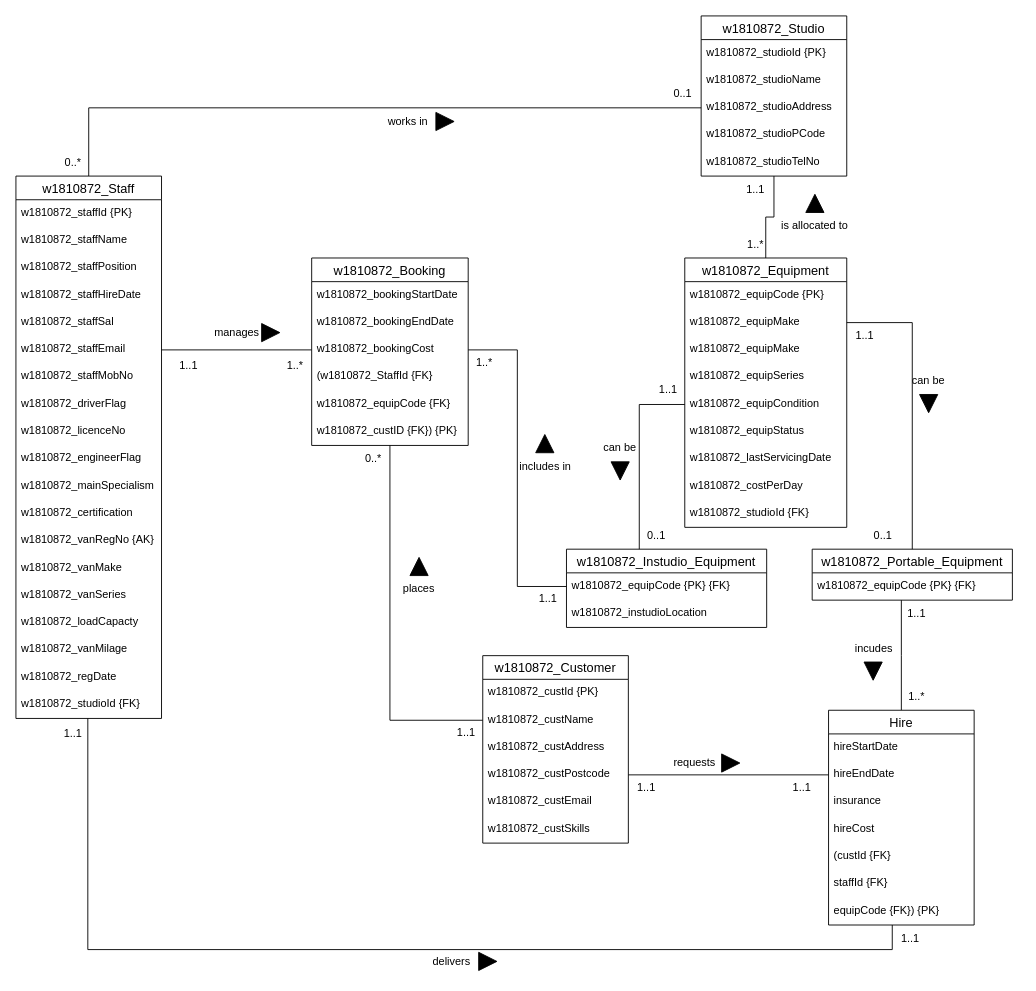
The draw.io diagram Part B/Part_B.drawio in ChitharaKarunasekera/DatabaseSystemsCoursework, before the edit. Source tidied: cells renumbered, new cells numbered last; positions are measured from the earlier drawing's top-left corner, leaving out a move shared by most shapes. Both pictures are drawn from the tidied source at 91%, with x=0, y=0 at pixel (15, 15).
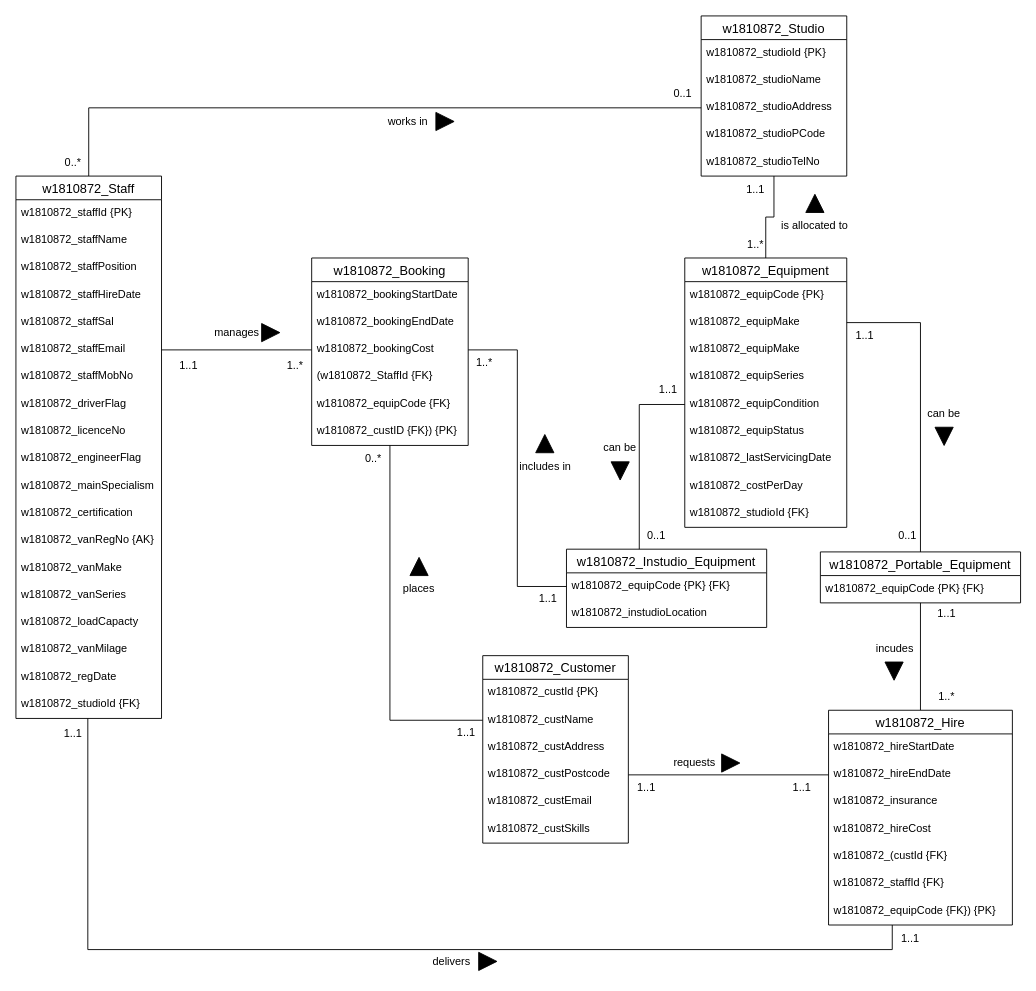
After the change.

Commit message:
Hire StdID

What changed in the source:
```diff
@@
+    <mxCell id="115" style="edgeStyle=orthogonalEdgeStyle;rounded=0;jettySize=auto;html=1;endArrow=none;endFill=0;" parent="1" edge="1" source="37" target="78">
+      <mxGeometry relative="1" as="geometry" />
+    </mxCell>
     <mxCell id="37" value="w1810872_Portable_Equipment" style="swimlane;fontStyle=0;horizontal=1;startSize=26;align=center;fontSize=14;fontColor=#000000;" parent="1" vertex="1">
-      <mxGeometry x="875" y="586" width="220" height="56" as="geometry" />
+      <mxGeometry x="884" y="589" width="220" height="56" as="geometry" />
     </mxCell>
@@
     <mxCell id="46" value="0..1" style="text;html=1;strokeColor=none;fillColor=none;align=center;verticalAlign=middle;whiteSpace=wrap;rounded=0;fontColor=#000000;" parent="1" vertex="1">
-      <mxGeometry x="923" y="556" width="60" height="30" as="geometry" />
+      <mxGeometry x="950" y="556" width="60" height="30" as="geometry" />
     </mxCell>
     <mxCell id="47" value="can be" style="text;html=1;strokeColor=none;fillColor=none;align=center;verticalAlign=middle;whiteSpace=wrap;rounded=0;fontColor=#000000;" parent="1" vertex="1">
-      <mxGeometry x="973" y="386" width="60" height="30" as="geometry" />
+      <mxGeometry x="990" y="422" width="60" height="30" as="geometry" />
     </mxCell>
     <mxCell id="48" style="triangle;whiteSpace=wrap;html=1;fontColor=#000000;direction=south;fillColor=#000000;" parent="1" vertex="1">
-      <mxGeometry x="993" y="416" width="20" height="20" as="geometry" />
+      <mxGeometry x="1010" y="452" width="20" height="20" as="geometry" />
     </mxCell>
@@
-    <mxCell id="76" style="edgeStyle=orthogonalEdgeStyle;rounded=0;jettySize=auto;html=1;endArrow=none;endFill=0;" parent="1" edge="1" source="78">
-      <mxGeometry relative="1" as="geometry">
-        <mxPoint x="973" y="642" as="targetPoint" />
-      </mxGeometry>
-    </mxCell>
@@
-    <mxCell id="78" value="Hire" style="swimlane;fontStyle=0;horizontal=1;startSize=26;align=center;fontSize=14;fontColor=#000000;" parent="1" vertex="1">
-      <mxGeometry x="893" y="763" width="160" height="236" as="geometry" />
+    <mxCell id="78" value="w1810872_Hire" style="swimlane;fontStyle=0;horizontal=1;startSize=26;align=center;fontSize=14;fontColor=#000000;" parent="1" vertex="1">
+      <mxGeometry x="893" y="763" width="202" height="236" as="geometry" />
     </mxCell>
-    <mxCell id="79" value="hireStartDate" style="text;strokeColor=none;fillColor=none;spacingLeft=4;spacingRight=4;overflow=hidden;fontSize=12;fontColor=#000000;" parent="78" vertex="1">
-      <mxGeometry y="26" width="160" height="30" as="geometry" />
+    <mxCell id="79" value="w1810872_hireStartDate" style="text;strokeColor=none;fillColor=none;spacingLeft=4;spacingRight=4;overflow=hidden;fontSize=12;fontColor=#000000;" parent="78" vertex="1">
+      <mxGeometry y="26" width="202" height="30" as="geometry" />
     </mxCell>
-    <mxCell id="80" value="hireEndDate" style="text;strokeColor=none;fillColor=none;spacingLeft=4;spacingRight=4;overflow=hidden;points=[[0,0.5],[1,0.5]];portConstraint=eastwest;fontSize=12;fontColor=#000000;" parent="78" vertex="1">
-      <mxGeometry y="56" width="160" height="30" as="geometry" />
+    <mxCell id="80" value="w1810872_hireEndDate" style="text;strokeColor=none;fillColor=none;spacingLeft=4;spacingRight=4;overflow=hidden;points=[[0,0.5],[1,0.5]];portConstraint=eastwest;fontSize=12;fontColor=#000000;" parent="78" vertex="1">
+      <mxGeometry y="56" width="202" height="30" as="geometry" />
     </mxCell>
-    <mxCell id="81" value="insurance" style="text;strokeColor=none;fillColor=none;spacingLeft=4;spacingRight=4;overflow=hidden;fontSize=12;fontColor=#000000;" parent="78" vertex="1">
-      <mxGeometry y="86" width="160" height="30" as="geometry" />
+    <mxCell id="81" value="w1810872_insurance" style="text;strokeColor=none;fillColor=none;spacingLeft=4;spacingRight=4;overflow=hidden;fontSize=12;fontColor=#000000;" parent="78" vertex="1">
+      <mxGeometry y="86" width="202" height="30" as="geometry" />
     </mxCell>
-    <mxCell id="82" value="hireCost" style="text;strokeColor=none;fillColor=none;spacingLeft=4;spacingRight=4;overflow=hidden;fontSize=12;fontColor=#000000;" parent="78" vertex="1">
-      <mxGeometry y="116" width="160" height="30" as="geometry" />
+    <mxCell id="82" value="w1810872_hireCost" style="text;strokeColor=none;fillColor=none;spacingLeft=4;spacingRight=4;overflow=hidden;fontSize=12;fontColor=#000000;" parent="78" vertex="1">
+      <mxGeometry y="116" width="202" height="30" as="geometry" />
     </mxCell>
-    <mxCell id="83" value="(custId {FK}" style="text;strokeColor=none;fillColor=none;spacingLeft=4;spacingRight=4;overflow=hidden;fontSize=12;fontColor=#000000;" parent="78" vertex="1">
-      <mxGeometry y="146" width="160" height="30" as="geometry" />
+    <mxCell id="83" value="w1810872_(custId {FK}" style="text;strokeColor=none;fillColor=none;spacingLeft=4;spacingRight=4;overflow=hidden;fontSize=12;fontColor=#000000;" parent="78" vertex="1">
+      <mxGeometry y="146" width="202" height="30" as="geometry" />
     </mxCell>
-    <mxCell id="84" value="staffId {FK}" style="text;strokeColor=none;fillColor=none;spacingLeft=4;spacingRight=4;overflow=hidden;fontSize=12;" parent="78" vertex="1">
-      <mxGeometry y="176" width="160" height="30" as="geometry" />
+    <mxCell id="84" value="w1810872_staffId {FK}" style="text;strokeColor=none;fillColor=none;spacingLeft=4;spacingRight=4;overflow=hidden;fontSize=12;" parent="78" vertex="1">
+      <mxGeometry y="176" width="202" height="30" as="geometry" />
     </mxCell>
-    <mxCell id="85" value="equipCode {FK}) {PK}" style="text;strokeColor=none;fillColor=none;spacingLeft=4;spacingRight=4;overflow=hidden;fontSize=12;fontColor=#000000;" parent="78" vertex="1">
-      <mxGeometry y="206" width="160" height="30" as="geometry" />
+    <mxCell id="85" value="w1810872_equipCode {FK}) {PK}" style="text;strokeColor=none;fillColor=none;spacingLeft=4;spacingRight=4;overflow=hidden;fontSize=12;fontColor=#000000;" parent="78" vertex="1">
+      <mxGeometry y="206" width="202" height="30" as="geometry" />
     </mxCell>
@@
     <mxCell id="88" value="1..*" style="text;html=1;strokeColor=none;fillColor=none;align=center;verticalAlign=middle;whiteSpace=wrap;rounded=0;" parent="1" vertex="1">
-      <mxGeometry x="960" y="733" width="60" height="30" as="geometry" />
+      <mxGeometry x="993" y="733" width="60" height="30" as="geometry" />
     </mxCell>
@@
     <mxCell id="92" value="1..1" style="text;html=1;strokeColor=none;fillColor=none;align=center;verticalAlign=middle;whiteSpace=wrap;rounded=0;fontColor=#000000;" parent="1" vertex="1">
-      <mxGeometry x="960" y="642" width="60" height="30" as="geometry" />
+      <mxGeometry x="993" y="642" width="60" height="30" as="geometry" />
     </mxCell>
@@
     <mxCell id="97" value="incudes" style="text;html=1;strokeColor=none;fillColor=none;align=center;verticalAlign=middle;whiteSpace=wrap;rounded=0;fontColor=#000000;" parent="1" vertex="1">
-      <mxGeometry x="913" y="680" width="60" height="30" as="geometry" />
+      <mxGeometry x="936" y="680" width="60" height="30" as="geometry" />
     </mxCell>
     <mxCell id="98" style="triangle;whiteSpace=wrap;html=1;fontColor=#000000;direction=south;fillColor=#000000;" parent="1" vertex="1">
-      <mxGeometry x="932" y="710" width="20" height="20" as="geometry" />
+      <mxGeometry x="955" y="710" width="20" height="20" as="geometry" />
     </mxCell>
```
